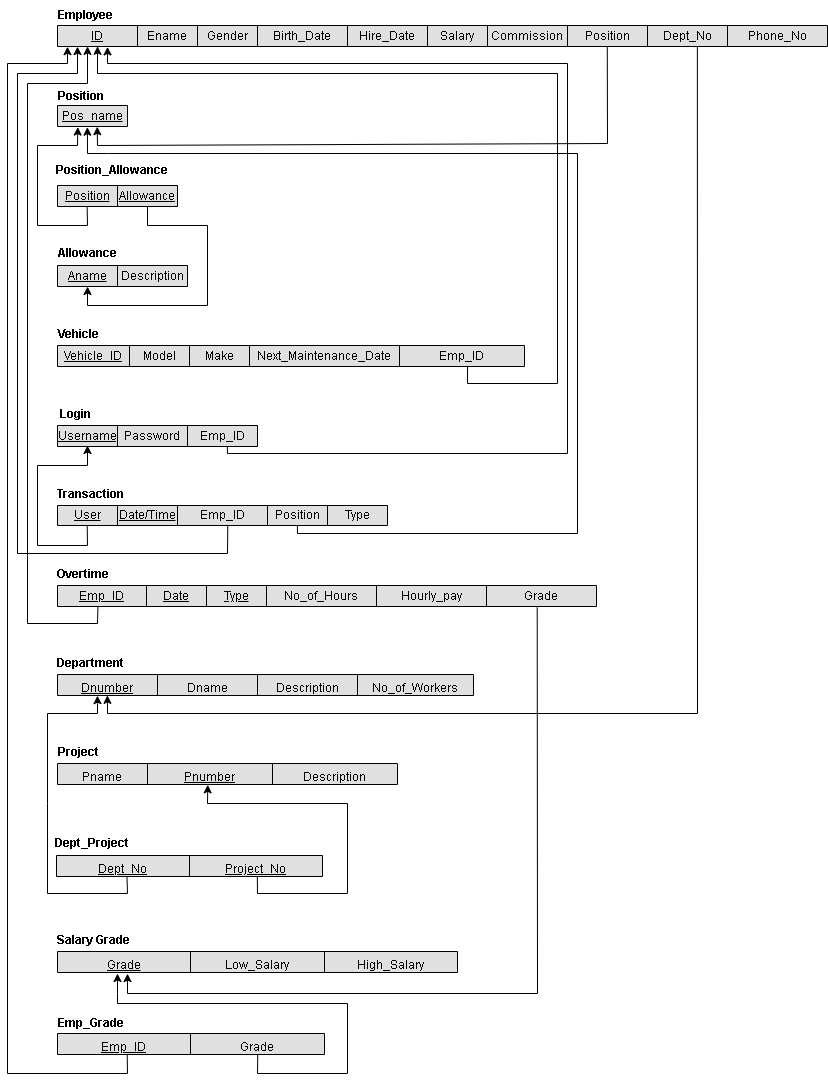
The draw.io diagram Phase 1/Relational Schema.drawio.png in AhmedElkhashn/DB-project, before a commit. Source tidied: cells renumbered, new cells last; positions are measured from the earlier drawing's top-left corner, leaving out a move shared by most shapes.
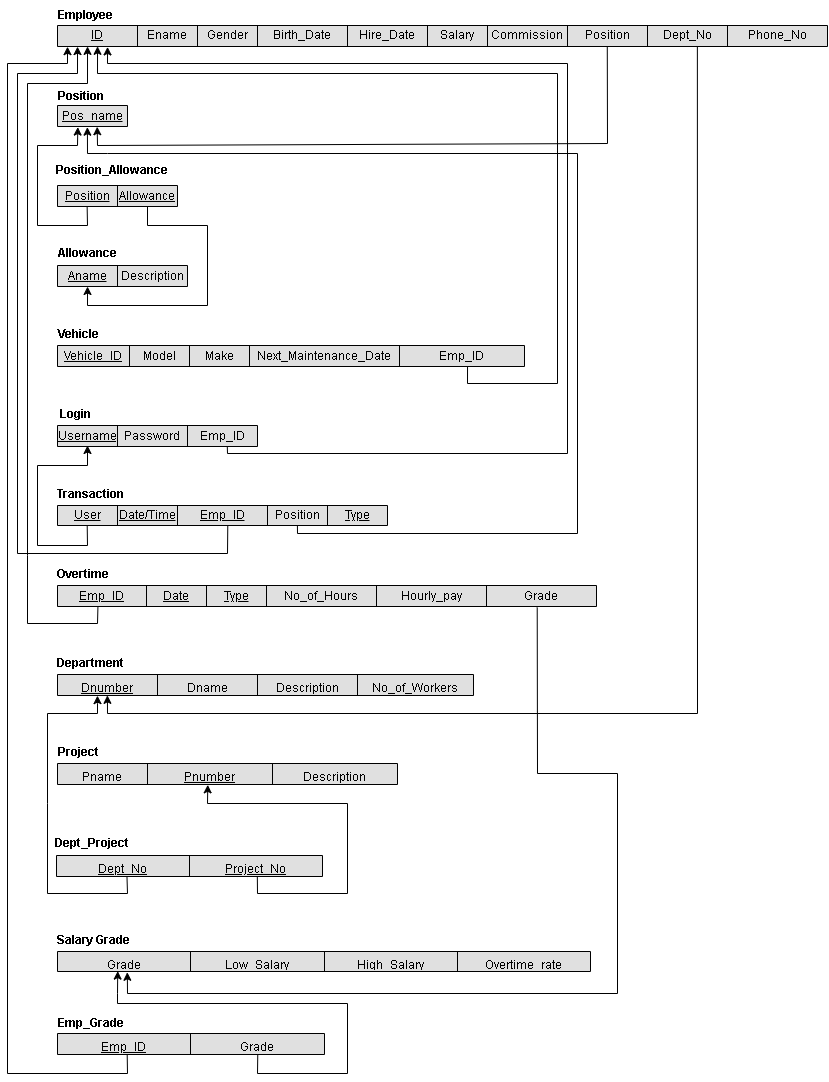
The same file after the commit.

The edit, as a diff of the source:
```diff
@@ -113,7 +113,7 @@
     <mxCell id="38" value="Vehicle" style="text;html=1;strokeColor=none;fillColor=none;align=center;verticalAlign=middle;whiteSpace=wrap;rounded=0;fontStyle=1;" parent="1" vertex="1">
       <mxGeometry x="41" y="319" width="60" height="30" as="geometry" />
     </mxCell>
-    <mxCell id="39" style="shape=table;startSize=0;fontSize=16;fillColor=#E0E0E0;fontColor=#333333;strokeColor=#000000;" parent="1" vertex="1">
+    <mxCell id="39" style="shape=table;startSize=0;fontSize=16;fillColor=#E0E0E0;fontColor=#333333;strokeColor=#000000;fontStyle=4;" parent="1" vertex="1">
       <mxGeometry x="50" y="505" width="330" height="20" as="geometry" />
     </mxCell>
     <mxCell id="40" style="shape=tableRow;horizontal=0;startSize=0;swimlaneHead=0;swimlaneBody=0;strokeColor=inherit;top=0;left=0;bottom=0;right=0;fillColor=none;points=[[0,0.5],[1,0.5]];portConstraint=eastwest;fontSize=16;" parent="39" vertex="1">
@@ -125,13 +125,13 @@
     <mxCell id="42" value="Date/Time" style="shape=partialRectangle;html=1;whiteSpace=wrap;strokeColor=inherit;overflow=hidden;fillColor=none;top=0;left=0;bottom=0;right=0;fontSize=12;fontStyle=4;" parent="40" vertex="1">
       <mxGeometry x="60" width="60" height="20" as="geometry" />
     </mxCell>
-    <mxCell id="43" value="Emp_ID" style="shape=partialRectangle;html=1;whiteSpace=wrap;strokeColor=inherit;overflow=hidden;fillColor=none;top=0;left=0;bottom=0;right=0;fontSize=12;" parent="40" vertex="1">
+    <mxCell id="43" value="&lt;u&gt;Emp_ID&lt;/u&gt;" style="shape=partialRectangle;html=1;whiteSpace=wrap;strokeColor=inherit;overflow=hidden;fillColor=none;top=0;left=0;bottom=0;right=0;fontSize=12;" parent="40" vertex="1">
       <mxGeometry x="120" width="90" height="20" as="geometry" />
     </mxCell>
     <mxCell id="44" value="Position" style="shape=partialRectangle;html=1;whiteSpace=wrap;strokeColor=inherit;overflow=hidden;fillColor=none;top=0;left=0;bottom=0;right=0;fontSize=12;" parent="40" vertex="1">
       <mxGeometry x="210" width="60" height="20" as="geometry" />
     </mxCell>
-    <mxCell id="45" value="Type" style="shape=partialRectangle;html=1;whiteSpace=wrap;strokeColor=inherit;overflow=hidden;fillColor=none;top=0;left=0;bottom=0;right=0;fontSize=12;" parent="40" vertex="1">
+    <mxCell id="45" value="&lt;u&gt;Type&lt;/u&gt;" style="shape=partialRectangle;html=1;whiteSpace=wrap;strokeColor=inherit;overflow=hidden;fillColor=none;top=0;left=0;bottom=0;right=0;fontSize=12;" parent="40" vertex="1">
       <mxGeometry x="270" width="60" height="20" as="geometry" />
     </mxCell>
     <mxCell id="46" value="Transaction" style="text;html=1;strokeColor=none;fillColor=none;align=center;verticalAlign=middle;whiteSpace=wrap;rounded=0;fontStyle=1;" parent="1" vertex="1">
@@ -260,20 +260,23 @@
       <mxGeometry x="215" width="125" height="21" as="geometry" />
     </mxCell>
     <mxCell id="76" style="shape=table;startSize=0;fontSize=16;fillColor=#E0E0E0;strokeColor=#000000;fontColor=#333333;spacing=2;" parent="1" vertex="1">
-      <mxGeometry x="50" y="951" width="400" height="21" as="geometry" />
+      <mxGeometry x="50" y="951" width="533" height="20" as="geometry" />
     </mxCell>
     <mxCell id="77" style="shape=tableRow;horizontal=0;startSize=0;swimlaneHead=0;swimlaneBody=0;strokeColor=inherit;top=0;left=0;bottom=0;right=0;fillColor=none;points=[[0,0.5],[1,0.5]];portConstraint=eastwest;fontSize=16;" parent="76" vertex="1">
-      <mxGeometry width="400" height="21" as="geometry" />
+      <mxGeometry width="533" height="20" as="geometry" />
     </mxCell>
     <mxCell id="78" value="&lt;span&gt;&lt;font style=&quot;font-size: 12px;&quot;&gt;Grade&lt;/font&gt;&lt;/span&gt;" style="shape=partialRectangle;html=1;whiteSpace=wrap;strokeColor=inherit;overflow=hidden;fillColor=none;top=0;left=0;bottom=0;right=0;fontSize=16;verticalAlign=middle;horizontal=1;align=center;fontStyle=4;" parent="77" vertex="1">
-      <mxGeometry width="133" height="21" as="geometry" />
+      <mxGeometry width="133" height="20" as="geometry" />
     </mxCell>
     <mxCell id="79" value="&lt;font style=&quot;font-size: 12px;&quot;&gt;Low_Salary&lt;/font&gt;" style="shape=partialRectangle;html=1;whiteSpace=wrap;strokeColor=inherit;overflow=hidden;fillColor=none;top=0;left=0;bottom=0;right=0;fontSize=16;" parent="77" vertex="1">
-      <mxGeometry x="133" width="134" height="21" as="geometry" />
+      <mxGeometry x="133" width="134" height="20" as="geometry" />
     </mxCell>
     <mxCell id="80" value="&lt;font style=&quot;font-size: 12px;&quot;&gt;High_Salary&lt;/font&gt;" style="shape=partialRectangle;html=1;whiteSpace=wrap;strokeColor=inherit;overflow=hidden;fillColor=none;top=0;left=0;bottom=0;right=0;fontSize=16;" parent="77" vertex="1">
-      <mxGeometry x="267" width="133" height="21" as="geometry" />
+      <mxGeometry x="267" width="133" height="20" as="geometry" />
     </mxCell>
+    <mxCell id="104" value="&lt;font style=&quot;font-size: 12px;&quot;&gt;Overtime_rate&lt;/font&gt;" style="shape=partialRectangle;html=1;whiteSpace=wrap;strokeColor=inherit;overflow=hidden;fillColor=none;top=0;left=0;bottom=0;right=0;fontSize=16;" parent="77" vertex="1">
+      <mxGeometry x="400" width="133" height="20" as="geometry" />
+    </mxCell>
     <mxCell id="81" value="&lt;b&gt;Department&lt;/b&gt;" style="text;html=1;strokeColor=none;fillColor=none;align=center;verticalAlign=middle;whiteSpace=wrap;rounded=0;" parent="1" vertex="1">
       <mxGeometry x="53" y="648" width="60" height="30" as="geometry" />
     </mxCell>
@@ -384,7 +387,7 @@
         </Array>
       </mxGeometry>
     </mxCell>
-    <mxCell id="101" style="endArrow=classic;html=1;rounded=0;entryX=0.15;entryY=1.048;entryDx=0;entryDy=0;entryPerimeter=0;exitX=0.75;exitY=1.02;exitDx=0;exitDy=0;exitPerimeter=0;" parent="1" edge="1" source="96" target="77">
+    <mxCell id="101" style="endArrow=classic;html=1;rounded=0;entryX=0.113;entryY=0.981;entryDx=0;entryDy=0;entryPerimeter=0;exitX=0.75;exitY=1.02;exitDx=0;exitDy=0;exitPerimeter=0;" parent="1" edge="1" source="96" target="77">
       <mxGeometry relative="1" as="geometry">
         <Array as="points">
           <mxPoint x="250" y="1073" />
@@ -395,10 +398,12 @@
         </Array>
       </mxGeometry>
     </mxCell>
-    <mxCell id="102" style="endArrow=classic;html=1;rounded=0;entryX=0.175;entryY=1.051;entryDx=0;entryDy=0;entryPerimeter=0;exitX=0.89;exitY=1.048;exitDx=0;exitDy=0;exitPerimeter=0;" parent="1" edge="1" source="48" target="76">
+    <mxCell id="102" style="endArrow=classic;html=1;rounded=0;entryX=0.131;entryY=1.039;entryDx=0;entryDy=0;entryPerimeter=0;exitX=0.89;exitY=1.048;exitDx=0;exitDy=0;exitPerimeter=0;" parent="1" edge="1" source="48" target="77">
       <mxGeometry relative="1" as="geometry">
         <Array as="points">
-          <mxPoint x="530" y="993" />
+          <mxPoint x="530" y="773" />
+          <mxPoint x="610" y="773" />
+          <mxPoint x="610" y="993" />
           <mxPoint x="120" y="993" />
         </Array>
       </mxGeometry>
```
